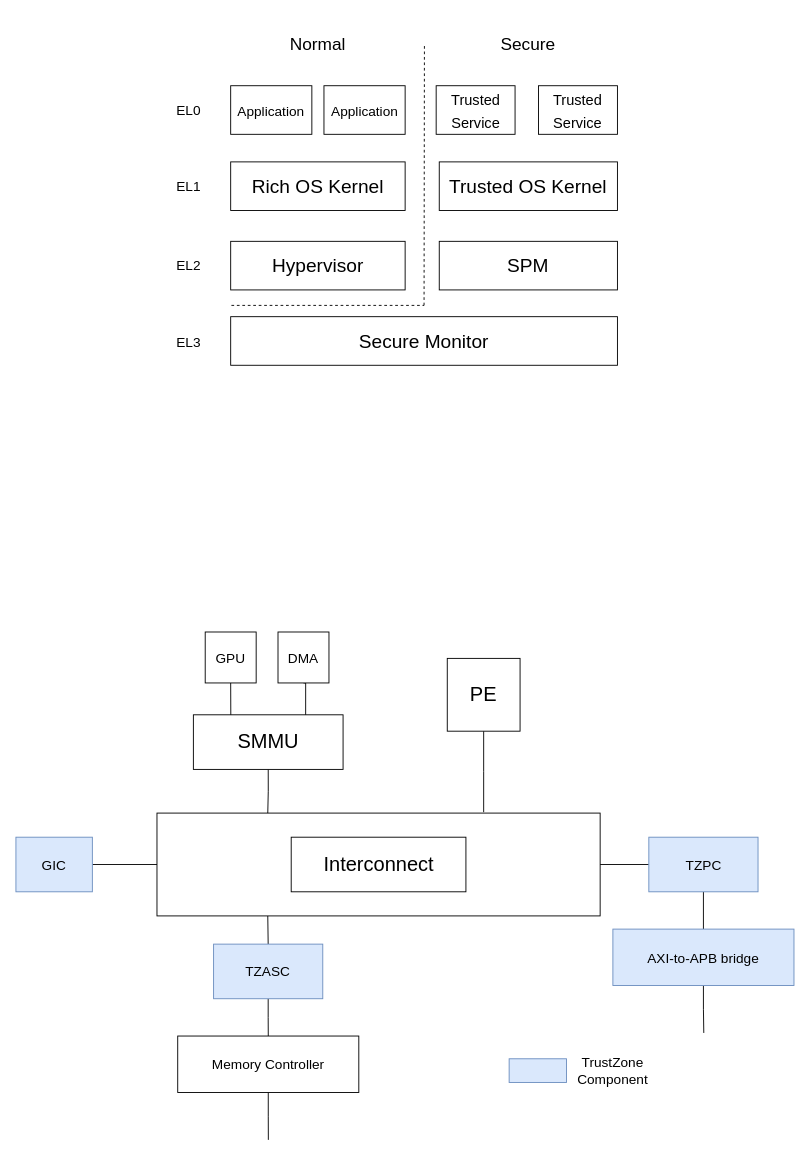
This is TrustZone.drawio from EdisonE3/vue_learn, a draw.io file, before an edit. Source tidied: cells renumbered, new cells numbered last; positions are measured from the earlier drawing's top-left corner, leaving out a move shared by most shapes. Both pictures are drawn from the tidied source at 91%, with x=0, y=0 at pixel (15, 33).
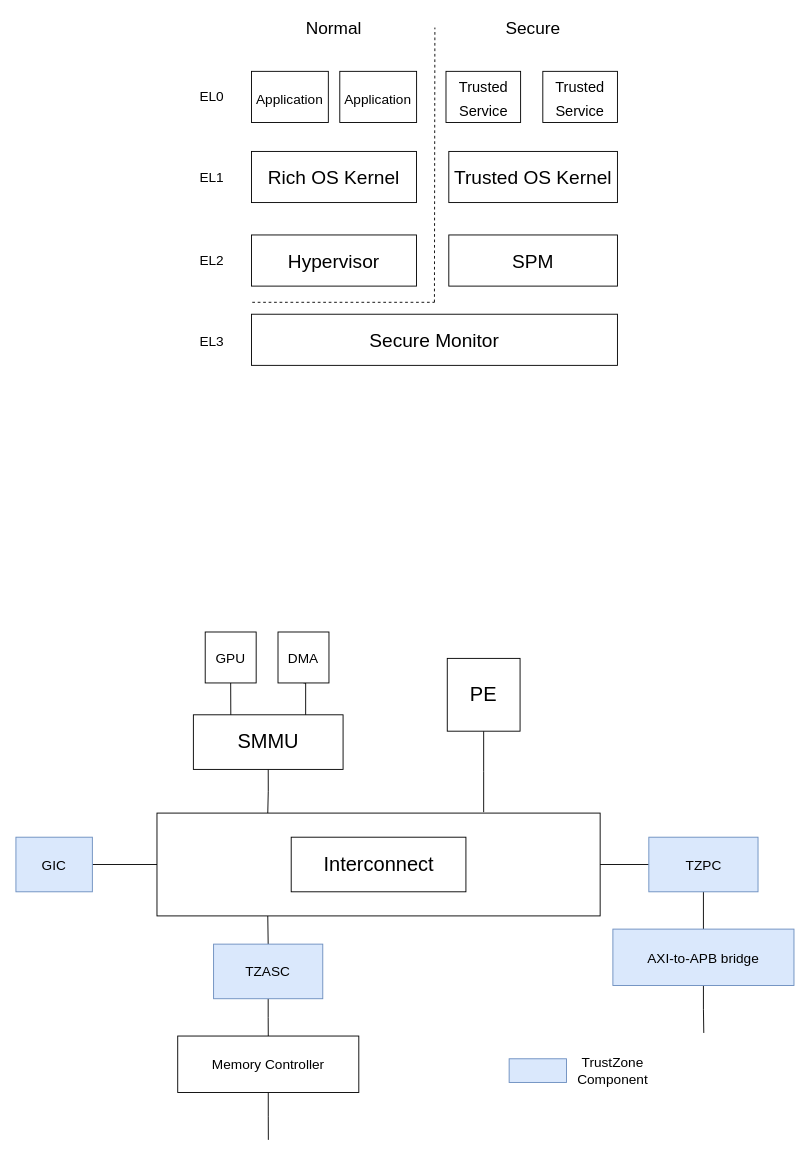
Above is the later version.

Change to the diagram source:
```diff
@@
+    <mxCell id="42" style="rounded=0;whiteSpace=wrap;html=1;fontSize=15;fillColor=#dae8fc;strokeColor=#6c8ebf;" parent="1" vertex="1">
+      <mxGeometry x="542" y="1127" width="63" height="26" as="geometry" />
+    </mxCell>
+    <mxCell id="43" value="TrustZone Component" style="text;html=1;strokeColor=none;fillColor=none;align=center;verticalAlign=middle;whiteSpace=wrap;rounded=0;fontSize=15;" parent="1" vertex="1">
+      <mxGeometry x="605" y="1125" width="102" height="30" as="geometry" />
+    </mxCell>
+    <mxCell id="44" style="group;" parent="1" vertex="1">
+      <mxGeometry x="187" y="-19" width="474" height="384" as="geometry" />
+    </mxCell>
-    <mxCell id="24" style="group;" parent="1" vertex="1">
-      <mxGeometry x="236" y="-0.2" width="425" height="365.2" as="geometry" />
+    <mxCell id="24" style="group;" parent="44" vertex="1">
+      <mxGeometry x="71.9" width="402.1" height="384" as="geometry" />
     </mxCell>
     <mxCell id="25" value="&lt;font style=&quot;font-size: 21px;&quot;&gt;Secure Monitor&lt;/font&gt;" style="rounded=0;whiteSpace=wrap;html=1;" parent="24" vertex="1">
-      <mxGeometry y="311.7" width="425" height="53.4" as="geometry" />
+      <mxGeometry y="327.8" width="402.1" height="56.2" as="geometry" />
     </mxCell>
     <mxCell id="26" value="Hypervisor" style="rounded=0;whiteSpace=wrap;html=1;fontSize=21;" parent="24" vertex="1">
-      <mxGeometry y="228.9" width="191.7" height="53.4" as="geometry" />
+      <mxGeometry y="240.7" width="181.3" height="56.2" as="geometry" />
     </mxCell>
     <mxCell id="27" style="endArrow=none;dashed=1;html=1;rounded=0;fontSize=21;" parent="24" edge="1">
       <mxGeometry relative="1" as="geometry">
-        <mxPoint x="212.5" y="299.3" as="sourcePoint" />
-        <mxPoint x="212.9" y="12.2" as="targetPoint" />
+        <mxPoint x="201" y="314.7" as="sourcePoint" />
+        <mxPoint x="201.5" y="12.8" as="targetPoint" />
       </mxGeometry>
     </mxCell>
     <mxCell id="28" value="SPM" style="rounded=0;whiteSpace=wrap;html=1;fontSize=21;" parent="24" vertex="1">
-      <mxGeometry x="229.2" y="228.9" width="195.8" height="53.4" as="geometry" />
+      <mxGeometry x="216.8" y="240.7" width="185.3" height="56.2" as="geometry" />
     </mxCell>
     <mxCell id="29" value="Rich OS Kernel" style="rounded=0;whiteSpace=wrap;html=1;fontSize=21;" parent="24" vertex="1">
-      <mxGeometry y="141.6" width="191.7" height="53.4" as="geometry" />
+      <mxGeometry y="148.9" width="181.3" height="56.2" as="geometry" />
     </mxCell>
     <mxCell id="30" value="Trusted OS Kernel" style="rounded=0;whiteSpace=wrap;html=1;fontSize=21;" parent="24" vertex="1">
-      <mxGeometry x="229.2" y="141.6" width="195.8" height="53.4" as="geometry" />
+      <mxGeometry x="216.8" y="148.9" width="185.3" height="56.2" as="geometry" />
     </mxCell>
     <mxCell id="31" value="&lt;font style=&quot;font-size: 16px;&quot;&gt;Trusted&lt;br&gt;Service&lt;/font&gt;" style="rounded=0;whiteSpace=wrap;html=1;fontSize=21;" parent="24" vertex="1">
-      <mxGeometry x="225.8" y="57.9" width="86.7" height="53.4" as="geometry" />
+      <mxGeometry x="213.7" y="60.9" width="82" height="56.2" as="geometry" />
     </mxCell>
     <mxCell id="32" value="&lt;font style=&quot;font-size: 15px;&quot;&gt;Application&lt;/font&gt;" style="rounded=0;whiteSpace=wrap;html=1;fontSize=21;" parent="24" vertex="1">
-      <mxGeometry y="57.9" width="89.2" height="53.4" as="geometry" />
+      <mxGeometry y="60.9" width="84.4" height="56.2" as="geometry" />
     </mxCell>
     <mxCell id="33" style="endArrow=none;dashed=1;html=1;rounded=0;fontSize=19;" parent="24" edge="1">
       <mxGeometry relative="1" as="geometry">
-        <mxPoint x="0.8" y="299.3" as="sourcePoint" />
-        <mxPoint x="212.5" y="299.3" as="targetPoint" />
+        <mxPoint x="0.8" y="314.7" as="sourcePoint" />
+        <mxPoint x="201" y="314.7" as="targetPoint" />
       </mxGeometry>
     </mxCell>
     <mxCell id="34" value="Normal" style="text;html=1;strokeColor=none;fillColor=none;align=center;verticalAlign=middle;whiteSpace=wrap;rounded=0;fontSize=19;" parent="24" vertex="1">
-      <mxGeometry x="35" width="121.7" height="26.7" as="geometry" />
+      <mxGeometry x="33.1" width="115.1" height="28.1" as="geometry" />
     </mxCell>
     <mxCell id="35" value="Secure" style="text;html=1;strokeColor=none;fillColor=none;align=center;verticalAlign=middle;whiteSpace=wrap;rounded=0;fontSize=19;" parent="24" vertex="1">
-      <mxGeometry x="266.3" width="121.7" height="26.7" as="geometry" />
+      <mxGeometry x="251.9" width="115.1" height="28.1" as="geometry" />
     </mxCell>
     <mxCell id="36" value="&lt;font style=&quot;font-size: 16px;&quot;&gt;Trusted&lt;br&gt;Service&lt;/font&gt;" style="rounded=0;whiteSpace=wrap;html=1;fontSize=21;" parent="24" vertex="1">
-      <mxGeometry x="338.3" y="57.9" width="86.7" height="53.4" as="geometry" />
+      <mxGeometry x="320.1" y="60.9" width="82" height="56.2" as="geometry" />
     </mxCell>
     <mxCell id="37" value="&lt;font style=&quot;font-size: 15px;&quot;&gt;Application&lt;/font&gt;" style="rounded=0;whiteSpace=wrap;html=1;fontSize=21;" parent="24" vertex="1">
-      <mxGeometry x="102.5" y="57.9" width="89.2" height="53.4" as="geometry" />
+      <mxGeometry x="97" y="60.9" width="84.4" height="56.2" as="geometry" />
     </mxCell>
-    <mxCell id="38" value="EL0" style="text;html=1;strokeColor=none;fillColor=none;align=center;verticalAlign=middle;whiteSpace=wrap;rounded=0;fontSize=15;" parent="1" vertex="1">
-      <mxGeometry x="160" y="69" width="60" height="30" as="geometry" />
+    <mxCell id="38" value="EL0" style="text;html=1;strokeColor=none;fillColor=none;align=center;verticalAlign=middle;whiteSpace=wrap;rounded=0;fontSize=15;" parent="44" vertex="1">
+      <mxGeometry y="72.7" width="56.8" height="31.5" as="geometry" />
     </mxCell>
-    <mxCell id="39" value="EL1" style="text;html=1;strokeColor=none;fillColor=none;align=center;verticalAlign=middle;whiteSpace=wrap;rounded=0;fontSize=15;" parent="1" vertex="1">
-      <mxGeometry x="160" y="153" width="60" height="30" as="geometry" />
+    <mxCell id="39" value="EL1" style="text;html=1;strokeColor=none;fillColor=none;align=center;verticalAlign=middle;whiteSpace=wrap;rounded=0;fontSize=15;" parent="44" vertex="1">
+      <mxGeometry y="161.1" width="56.8" height="31.5" as="geometry" />
     </mxCell>
-    <mxCell id="40" value="EL2" style="text;html=1;strokeColor=none;fillColor=none;align=center;verticalAlign=middle;whiteSpace=wrap;rounded=0;fontSize=15;" parent="1" vertex="1">
-      <mxGeometry x="160" y="240" width="60" height="30" as="geometry" />
+    <mxCell id="40" value="EL2" style="text;html=1;strokeColor=none;fillColor=none;align=center;verticalAlign=middle;whiteSpace=wrap;rounded=0;fontSize=15;" parent="44" vertex="1">
+      <mxGeometry y="252.5" width="56.8" height="31.5" as="geometry" />
     </mxCell>
-    <mxCell id="41" value="EL3" style="text;html=1;strokeColor=none;fillColor=none;align=center;verticalAlign=middle;whiteSpace=wrap;rounded=0;fontSize=15;" parent="1" vertex="1">
-      <mxGeometry x="160" y="324" width="60" height="30" as="geometry" />
+    <mxCell id="41" value="EL3" style="text;html=1;strokeColor=none;fillColor=none;align=center;verticalAlign=middle;whiteSpace=wrap;rounded=0;fontSize=15;" parent="44" vertex="1">
+      <mxGeometry y="340.9" width="56.8" height="31.5" as="geometry" />
     </mxCell>
-    <mxCell id="42" style="rounded=0;whiteSpace=wrap;html=1;fontSize=15;fillColor=#dae8fc;strokeColor=#6c8ebf;" parent="1" vertex="1">
-      <mxGeometry x="542" y="1127" width="63" height="26" as="geometry" />
-    </mxCell>
-    <mxCell id="43" value="TrustZone Component" style="text;html=1;strokeColor=none;fillColor=none;align=center;verticalAlign=middle;whiteSpace=wrap;rounded=0;fontSize=15;" parent="1" vertex="1">
-      <mxGeometry x="605" y="1125" width="102" height="30" as="geometry" />
-    </mxCell>
```
